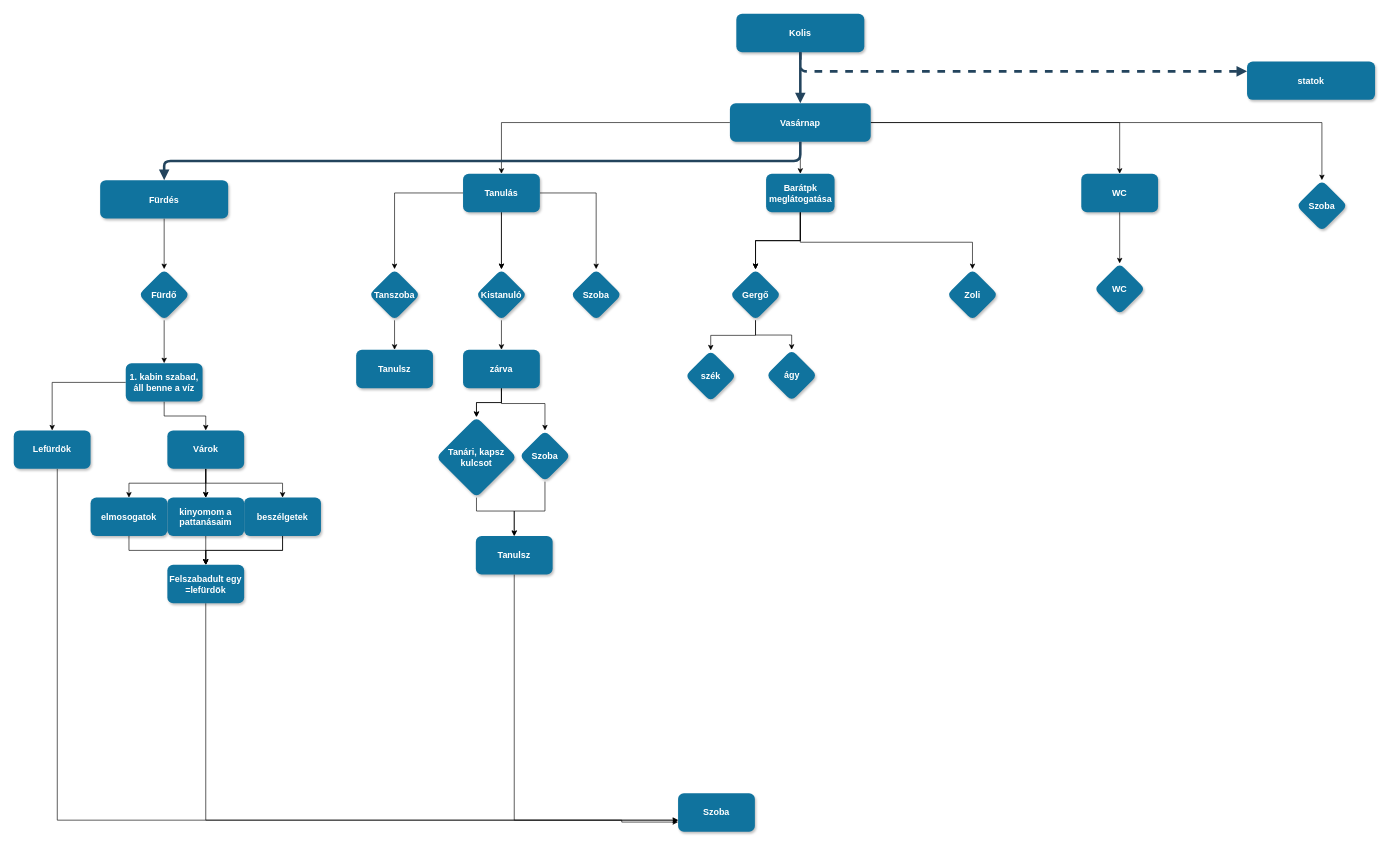
RosiestSage/10.._elso_projekt keeps this draw.io diagram as Megnevezetlen diagram.drawio. Above is the earlier version. Source tidied: cells renumbered, new cells numbered last; positions are measured from the earlier drawing's top-left corner, leaving out a move shared by most shapes. Both pictures are drawn from the tidied source at 64%, with x=0, y=0 at pixel (13, 13).
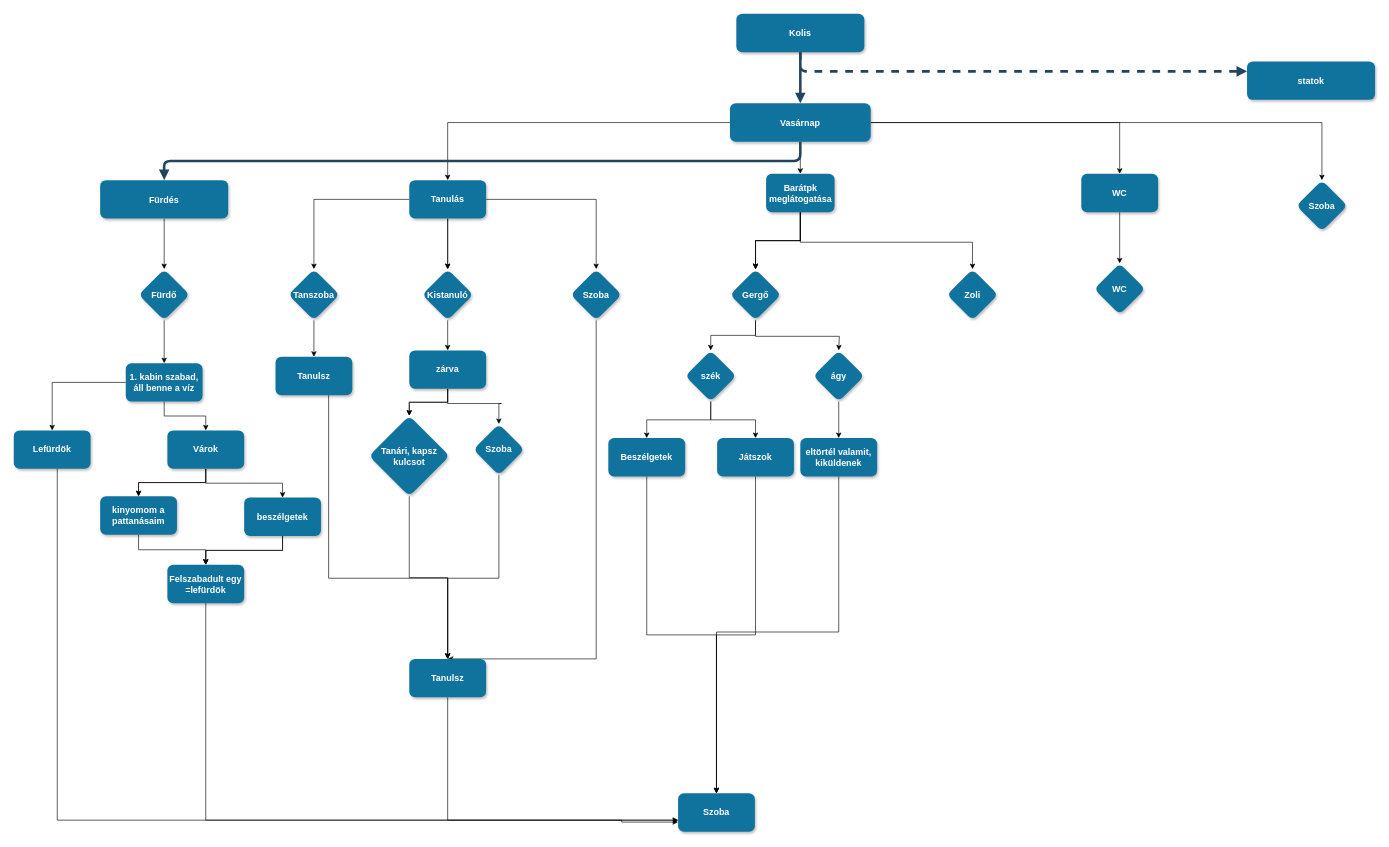
Above is the later version.

The change refers to these unchanged cells:
```xml
<mxCell id="32" value="Szoba" style="rhombus;whiteSpace=wrap;html=1;fontSize=14;fillColor=#10739E;strokeColor=none;fontColor=#FFFFFF;rounded=1;shadow=1;gradientColor=none;fontStyle=1;" parent="1" vertex="1">
  <mxGeometry x="870" y="399" width="80" height="80" as="geometry" />
</mxCell>
<mxCell id="35" value="Gergő" style="rhombus;whiteSpace=wrap;html=1;fontSize=14;fillColor=#10739E;strokeColor=none;fontColor=#FFFFFF;rounded=1;shadow=1;gradientColor=none;fontStyle=1;" parent="1" vertex="1">
  <mxGeometry x="1119" y="399" width="80" height="80" as="geometry" />
</mxCell>
<mxCell id="48" value="Várok" style="whiteSpace=wrap;html=1;fontSize=14;fillColor=#10739E;strokeColor=none;fontColor=#FFFFFF;rounded=1;shadow=1;gradientColor=none;fontStyle=1;" parent="1" vertex="1">
  <mxGeometry x="240" y="651" width="120" height="60" as="geometry" />
</mxCell>
<mxCell id="56" value="Felszabadult egy =lefürdök" style="whiteSpace=wrap;html=1;fontSize=14;fillColor=#10739E;strokeColor=none;fontColor=#FFFFFF;rounded=1;shadow=1;gradientColor=none;fontStyle=1;" parent="1" vertex="1">
  <mxGeometry x="240" y="861" width="120" height="60" as="geometry" />
</mxCell>
<mxCell id="58" value="Szoba" style="whiteSpace=wrap;html=1;fontSize=14;fillColor=#10739E;strokeColor=none;fontColor=#FFFFFF;rounded=1;shadow=1;gradientColor=none;fontStyle=1;" parent="1" vertex="1">
  <mxGeometry x="1038" y="1218" width="120" height="60" as="geometry" />
</mxCell>
<mxCell id="70" value="szék" style="rhombus;whiteSpace=wrap;html=1;fontSize=14;fillColor=#10739E;strokeColor=none;fontColor=#FFFFFF;rounded=1;shadow=1;gradientColor=none;fontStyle=1;" parent="1" vertex="1">
  <mxGeometry x="1049" y="526" width="80" height="80" as="geometry" />
</mxCell>
```

What changed in the source:
```diff
@@
     <mxCell id="18" value="Tanulás" style="whiteSpace=wrap;html=1;fontSize=14;fillColor=#10739E;strokeColor=none;fontColor=#FFFFFF;rounded=1;shadow=1;gradientColor=none;fontStyle=1;" parent="1" vertex="1">
-      <mxGeometry x="702" y="250" width="120" height="60" as="geometry" />
+      <mxGeometry x="618" y="260" width="120" height="60" as="geometry" />
     </mxCell>
@@
     <mxCell id="29" value="Tanszoba" style="rhombus;whiteSpace=wrap;html=1;fontSize=14;fillColor=#10739E;strokeColor=none;fontColor=#FFFFFF;rounded=1;shadow=1;gradientColor=none;fontStyle=1;" parent="1" vertex="1">
-      <mxGeometry x="555" y="399" width="80" height="80" as="geometry" />
+      <mxGeometry x="429" y="399" width="80" height="80" as="geometry" />
     </mxCell>
@@
     <mxCell id="31" value="Kistanuló" style="rhombus;whiteSpace=wrap;html=1;fontSize=14;fillColor=#10739E;strokeColor=none;fontColor=#FFFFFF;rounded=1;shadow=1;gradientColor=none;fontStyle=1;" parent="1" vertex="1">
-      <mxGeometry x="722" y="399" width="80" height="80" as="geometry" />
+      <mxGeometry x="638" y="399" width="80" height="80" as="geometry" />
     </mxCell>
+    <mxCell id="72" style="edgeStyle=orthogonalEdgeStyle;rounded=0;jettySize=auto;html=1;entryX=0.5;entryY=0;entryDx=0;entryDy=0;" parent="1" edge="1" source="32" target="69">
+      <mxGeometry relative="1" as="geometry">
+        <Array as="points">
+          <mxPoint x="910" y="1008" />
+        </Array>
+      </mxGeometry>
+    </mxCell>
@@
-    <mxCell id="34" style="edgeStyle=orthogonalEdgeStyle;rounded=0;jettySize=auto;html=1;" parent="1" edge="1" source="35" target="71">
-      <mxGeometry relative="1" as="geometry" />
+    <mxCell id="34" style="edgeStyle=orthogonalEdgeStyle;rounded=0;jettySize=auto;html=1;entryX=0.5;entryY=0;entryDx=0;entryDy=0;" parent="1" edge="1" source="35" target="71">
+      <mxGeometry relative="1" as="geometry">
+        <Array as="points">
+          <mxPoint x="1159" y="504" />
+          <mxPoint x="1290" y="504" />
+          <mxPoint x="1290" y="526" />
+        </Array>
+      </mxGeometry>
     </mxCell>
@@
-    <mxCell id="44" style="edgeStyle=orthogonalEdgeStyle;rounded=0;jettySize=auto;html=1;" parent="1" edge="1" source="48" target="50">
-      <mxGeometry relative="1" as="geometry" />
-    </mxCell>
@@
-    <mxCell id="49" style="edgeStyle=orthogonalEdgeStyle;rounded=0;jettySize=auto;html=1;entryX=0.5;entryY=0;entryDx=0;entryDy=0;" parent="1" edge="1" source="50" target="56">
-      <mxGeometry relative="1" as="geometry" />
-    </mxCell>
-    <mxCell id="50" value="elmosogatok" style="whiteSpace=wrap;html=1;fontSize=14;fillColor=#10739E;strokeColor=none;fontColor=#FFFFFF;rounded=1;shadow=1;gradientColor=none;fontStyle=1;" parent="1" vertex="1">
-      <mxGeometry x="120" y="756" width="120" height="60" as="geometry" />
-    </mxCell>
@@
     <mxCell id="53" value="kinyomom a pattanásaim" style="whiteSpace=wrap;html=1;fontSize=14;fillColor=#10739E;strokeColor=none;fontColor=#FFFFFF;rounded=1;shadow=1;gradientColor=none;fontStyle=1;" parent="1" vertex="1">
-      <mxGeometry x="240" y="756" width="120" height="60" as="geometry" />
+      <mxGeometry x="135" y="754" width="120" height="60" as="geometry" />
     </mxCell>
@@
+    <mxCell id="73" style="edgeStyle=orthogonalEdgeStyle;rounded=0;jettySize=auto;html=1;entryX=0.5;entryY=0;entryDx=0;entryDy=0;" parent="1" edge="1" source="59" target="69">
+      <mxGeometry relative="1" as="geometry">
+        <Array as="points">
+          <mxPoint x="492" y="882" />
+          <mxPoint x="678" y="882" />
+        </Array>
+      </mxGeometry>
+    </mxCell>
     <mxCell id="59" value="Tanulsz" style="whiteSpace=wrap;html=1;fontSize=14;fillColor=#10739E;strokeColor=none;fontColor=#FFFFFF;rounded=1;shadow=1;gradientColor=none;fontStyle=1;" parent="1" vertex="1">
-      <mxGeometry x="535" y="525" width="120" height="60" as="geometry" />
+      <mxGeometry x="409" y="536" width="120" height="60" as="geometry" />
     </mxCell>
@@
     <mxCell id="63" value="zárva" style="whiteSpace=wrap;html=1;fontSize=14;fillColor=#10739E;strokeColor=none;fontColor=#FFFFFF;rounded=1;shadow=1;gradientColor=none;fontStyle=1;" parent="1" vertex="1">
-      <mxGeometry x="702" y="525" width="120" height="60" as="geometry" />
+      <mxGeometry x="618" y="526" width="120" height="60" as="geometry" />
     </mxCell>
-    <mxCell id="64" style="edgeStyle=orthogonalEdgeStyle;rounded=0;jettySize=auto;html=1;" parent="1" edge="1" source="65" target="69">
-      <mxGeometry relative="1" as="geometry">
-        <Array as="points">
-          <mxPoint x="723" y="777" />
-          <mxPoint x="782" y="777" />
-        </Array>
-      </mxGeometry>
+    <mxCell id="64" style="edgeStyle=orthogonalEdgeStyle;rounded=0;jettySize=auto;html=1;entryX=0.5;entryY=0;entryDx=0;entryDy=0;" parent="1" edge="1" source="65" target="69">
+      <mxGeometry relative="1" as="geometry" />
     </mxCell>
     <mxCell id="65" value="Tanári, kapsz kulcsot" style="rhombus;whiteSpace=wrap;html=1;fontSize=14;fillColor=#10739E;strokeColor=none;fontColor=#FFFFFF;rounded=1;shadow=1;gradientColor=none;fontStyle=1;" parent="1" vertex="1">
-      <mxGeometry x="660" y="630" width="126" height="126" as="geometry" />
+      <mxGeometry x="555" y="628" width="126" height="126" as="geometry" />
     </mxCell>
     <mxCell id="66" style="edgeStyle=orthogonalEdgeStyle;rounded=0;jettySize=auto;html=1;entryX=0.5;entryY=0;entryDx=0;entryDy=0;" parent="1" edge="1" source="67" target="69">
       <mxGeometry relative="1" as="geometry">
         <Array as="points">
-          <mxPoint x="830" y="777" />
-          <mxPoint x="782" y="777" />
+          <mxPoint x="758" y="882" />
+          <mxPoint x="678" y="882" />
         </Array>
       </mxGeometry>
     </mxCell>
     <mxCell id="67" value="Szoba" style="rhombus;whiteSpace=wrap;html=1;fontSize=14;fillColor=#10739E;strokeColor=none;fontColor=#FFFFFF;rounded=1;shadow=1;gradientColor=none;fontStyle=1;" parent="1" vertex="1">
-      <mxGeometry x="790" y="651" width="80" height="80" as="geometry" />
+      <mxGeometry x="718" y="641" width="80" height="80" as="geometry" />
     </mxCell>
-    <mxCell id="68" style="edgeStyle=orthogonalEdgeStyle;rounded=0;jettySize=auto;html=1;exitX=0.5;exitY=1;exitDx=0;exitDy=0;" parent="1" edge="1" source="69">
-      <mxGeometry relative="1" as="geometry">
-        <mxPoint x="1038" y="1260" as="targetPoint" />
-        <Array as="points">
-          <mxPoint x="782" y="1260" />
-        </Array>
-      </mxGeometry>
-    </mxCell>
+    <mxCell id="74" style="edgeStyle=orthogonalEdgeStyle;rounded=0;jettySize=auto;html=1;" parent="1" edge="1" source="69" target="58">
+      <mxGeometry relative="1" as="geometry">
+        <Array as="points">
+          <mxPoint x="678" y="1260" />
+        </Array>
+      </mxGeometry>
+    </mxCell>
     <mxCell id="69" value="Tanulsz" style="whiteSpace=wrap;html=1;fontSize=14;fillColor=#10739E;strokeColor=none;fontColor=#FFFFFF;rounded=1;shadow=1;gradientColor=none;fontStyle=1;" parent="1" vertex="1">
-      <mxGeometry x="722" y="816" width="120" height="60" as="geometry" />
+      <mxGeometry x="618" y="1008" width="120" height="60" as="geometry" />
     </mxCell>
+    <mxCell id="75" style="edgeStyle=orthogonalEdgeStyle;rounded=0;jettySize=auto;html=1;" parent="1" edge="1" source="70" target="79">
+      <mxGeometry relative="1" as="geometry" />
+    </mxCell>
+    <mxCell id="76" style="edgeStyle=orthogonalEdgeStyle;rounded=0;jettySize=auto;html=1;entryX=0.5;entryY=0;entryDx=0;entryDy=0;" parent="1" edge="1" source="70" target="81">
+      <mxGeometry relative="1" as="geometry" />
+    </mxCell>
@@
+    <mxCell id="77" style="edgeStyle=orthogonalEdgeStyle;rounded=0;jettySize=auto;html=1;" parent="1" edge="1" source="71" target="83">
+      <mxGeometry relative="1" as="geometry" />
+    </mxCell>
     <mxCell id="71" value="ágy" style="rhombus;whiteSpace=wrap;html=1;fontSize=14;fillColor=#10739E;strokeColor=none;fontColor=#FFFFFF;rounded=1;shadow=1;gradientColor=none;fontStyle=1;" parent="1" vertex="1">
-      <mxGeometry x="1175.5" y="525" width="80" height="80" as="geometry" />
+      <mxGeometry x="1249" y="526" width="80" height="80" as="geometry" />
     </mxCell>
+    <mxCell id="78" style="edgeStyle=orthogonalEdgeStyle;rounded=0;jettySize=auto;html=1;entryX=0.5;entryY=0;entryDx=0;entryDy=0;" parent="1" edge="1" source="79" target="58">
+      <mxGeometry relative="1" as="geometry" />
+    </mxCell>
+    <mxCell id="79" value="Beszélgetek" style="whiteSpace=wrap;html=1;fontSize=14;fillColor=#10739E;strokeColor=none;fontColor=#FFFFFF;rounded=1;shadow=1;gradientColor=none;fontStyle=1;" parent="1" vertex="1">
+      <mxGeometry x="929" y="663" width="120" height="60" as="geometry" />
+    </mxCell>
+    <mxCell id="80" style="edgeStyle=orthogonalEdgeStyle;rounded=0;jettySize=auto;html=1;entryX=0.5;entryY=0;entryDx=0;entryDy=0;" parent="1" edge="1" source="81" target="58">
+      <mxGeometry relative="1" as="geometry" />
+    </mxCell>
+    <mxCell id="81" value="Játszok" style="whiteSpace=wrap;html=1;fontSize=14;fillColor=#10739E;strokeColor=none;fontColor=#FFFFFF;rounded=1;shadow=1;gradientColor=none;fontStyle=1;" parent="1" vertex="1">
+      <mxGeometry x="1099" y="663" width="120" height="60" as="geometry" />
+    </mxCell>
+    <mxCell id="82" style="edgeStyle=orthogonalEdgeStyle;rounded=0;jettySize=auto;html=1;" parent="1" edge="1" source="83" target="58">
+      <mxGeometry relative="1" as="geometry">
+        <Array as="points">
+          <mxPoint x="1289" y="966" />
+          <mxPoint x="1098" y="966" />
+        </Array>
+      </mxGeometry>
+    </mxCell>
+    <mxCell id="83" value="eltörtél valamit, kiküldenek" style="whiteSpace=wrap;html=1;fontSize=14;fillColor=#10739E;strokeColor=none;fontColor=#FFFFFF;rounded=1;shadow=1;gradientColor=none;fontStyle=1;" parent="1" vertex="1">
+      <mxGeometry x="1229" y="663" width="120" height="60" as="geometry" />
+    </mxCell>
```
